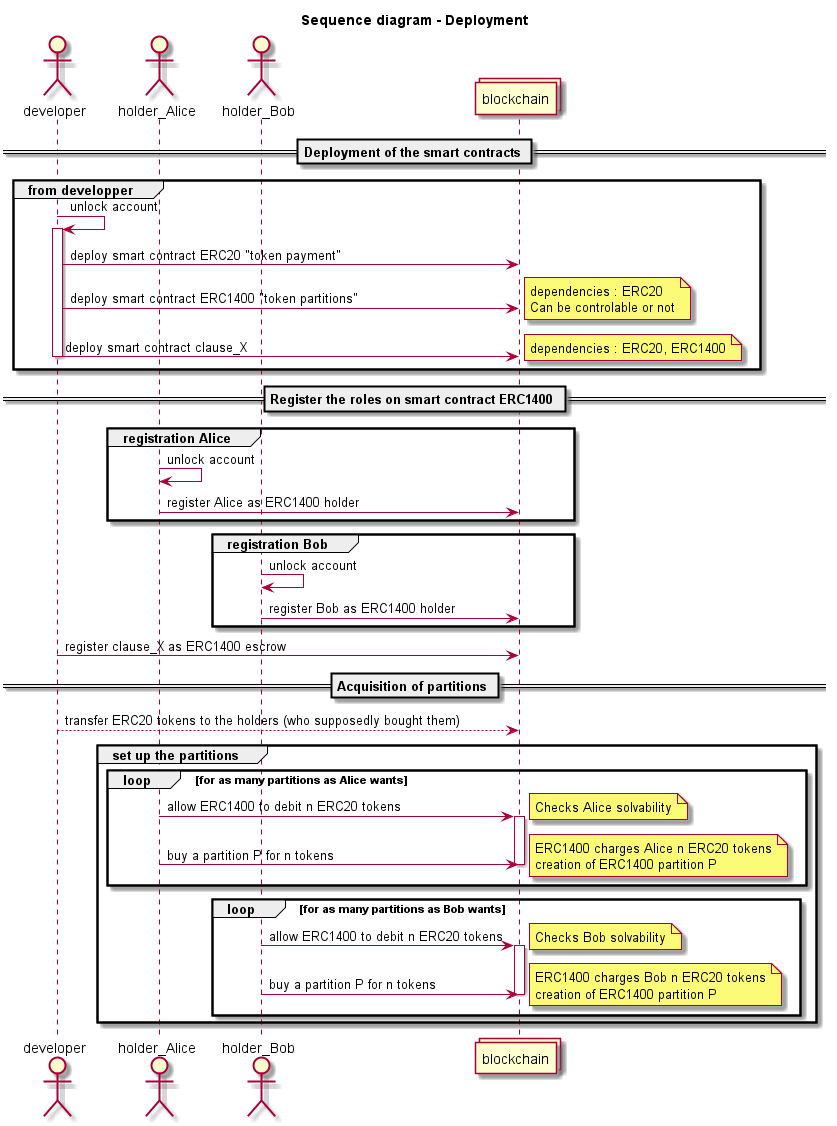
This is documentation/sources/sequence_deploiement.png from feraudt/open-clause, a PlantUML export, as it was before one commit.
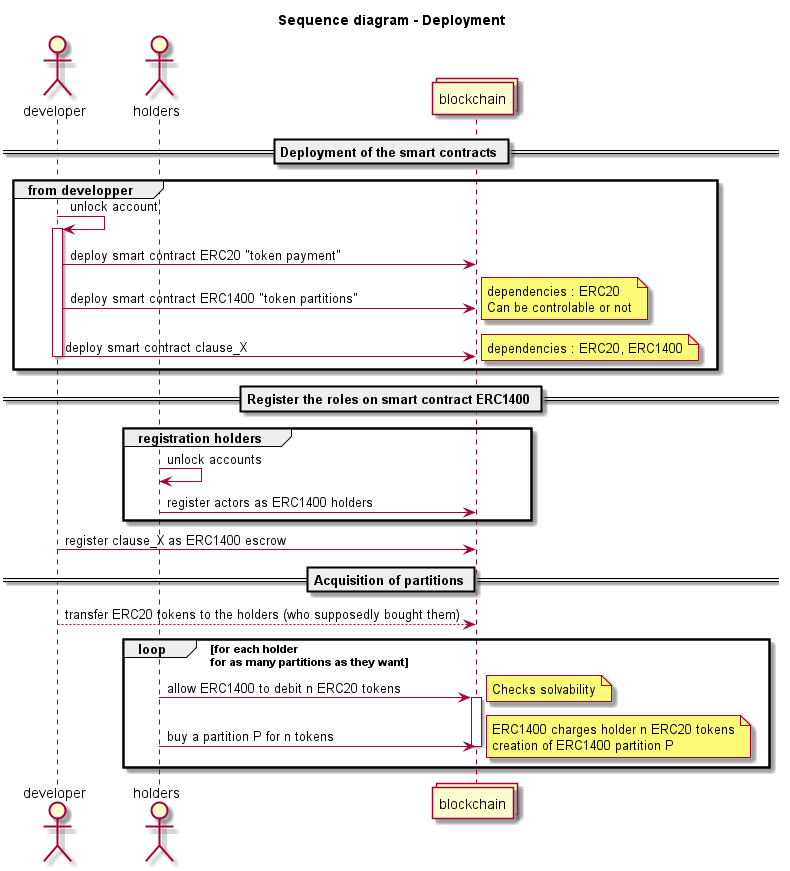
The same file after the commit.

The edit, as a diff of the source:
```diff
@@ -3,8 +3,7 @@
 title Sequence diagram - Deployment
 
 actor developer
-actor holder_Alice
-actor holder_Bob
+actor holders
 collections blockchain
 
 == Deployment of the smart contracts ==
@@ -27,16 +26,10 @@
 
 == Register the roles on smart contract ERC1400 ==
 
-group registration Alice
+group registration holders
 
-holder_Alice -> holder_Alice : unlock account
-holder_Alice -> blockchain : register Alice as ERC1400 holder
-end
-
-group registration Bob
-
-holder_Bob -> holder_Bob : unlock account
-holder_Bob -> blockchain : register Bob as ERC1400 holder
+holders -> holders : unlock accounts
+holders -> blockchain : register actors as ERC1400 holders
 end
 
 developer -> blockchain : register clause_X as ERC1400 escrow
@@ -45,38 +38,21 @@
 
 developer --> blockchain : transfer ERC20 tokens to the holders (who supposedly bought them)
 
-group set up the partitions
 
-loop for as many partitions as Alice wants
+loop for each holder \nfor as many partitions as they want
 
-holder_Alice -> blockchain : allow ERC1400 to debit n ERC20 tokens
+holders -> blockchain : allow ERC1400 to debit n ERC20 tokens
 activate blockchain
 note right
-Checks Alice solvability
+Checks solvability
 end note
-holder_Alice -> blockchain : buy a partition P for n tokens
+holders -> blockchain : buy a partition P for n tokens
 note right
-ERC1400 charges Alice n ERC20 tokens
+ERC1400 charges holder n ERC20 tokens
 creation of ERC1400 partition P
 end note
 deactivate blockchain
 end
 
-loop for as many partitions as Bob wants
-
-holder_Bob -> blockchain : allow ERC1400 to debit n ERC20 tokens
-activate blockchain
-note right
-Checks Bob solvability
-end note
-holder_Bob -> blockchain : buy a partition P for n tokens
-note right
-ERC1400 charges Bob n ERC20 tokens
-creation of ERC1400 partition P
-end note
-deactivate blockchain
-end
-end
-
 
 @enduml
```
